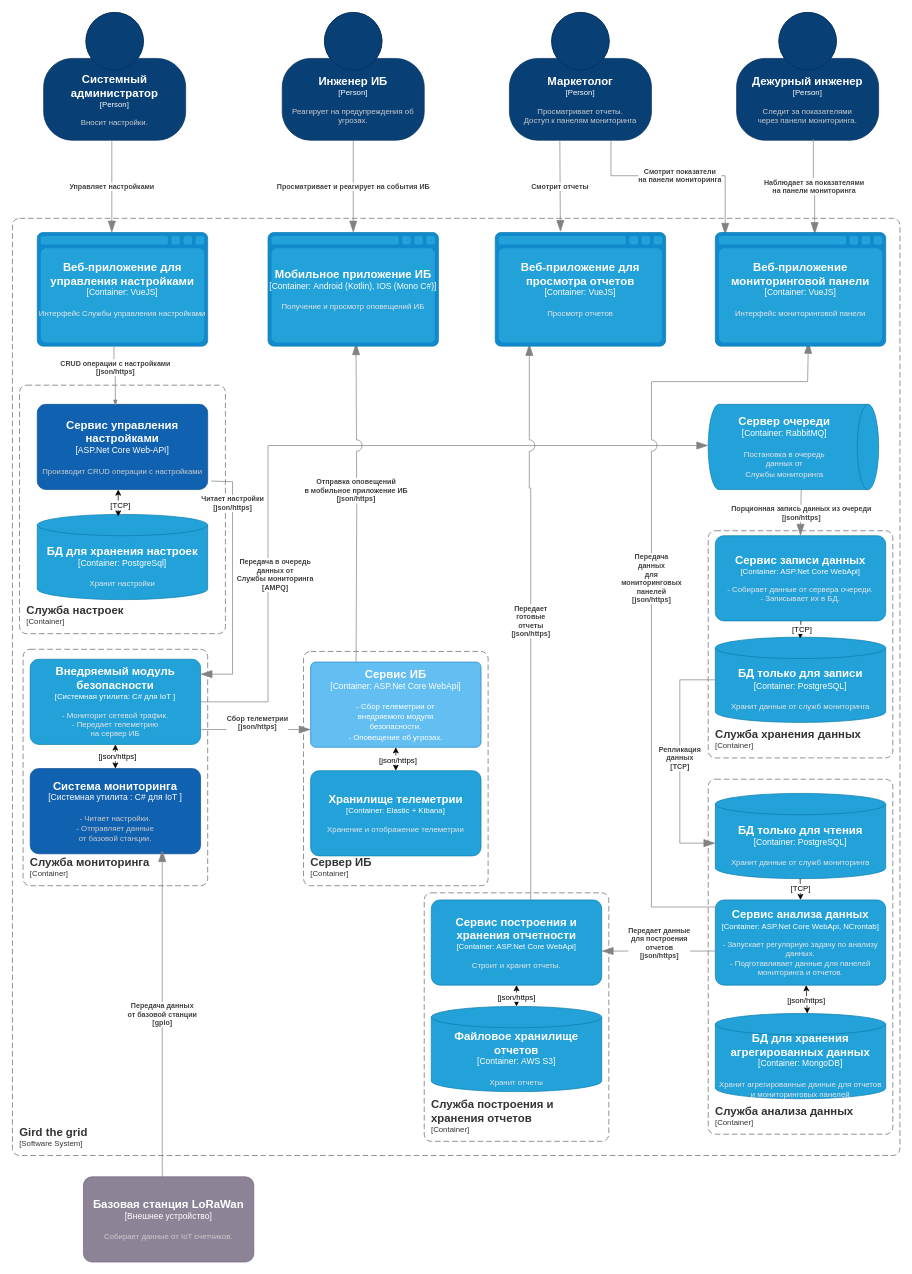
dimidych/Gird_the_grid keeps this draw.io diagram as Graduate/img/context_diagram.drawio. Above is the earlier version. Source tidied: cells renumbered, new cells numbered last; positions are measured from the earlier drawing's top-left corner, leaving out a move shared by most shapes. Both pictures are drawn from the tidied source at 71%, with x=0, y=0 at pixel (12, 12).
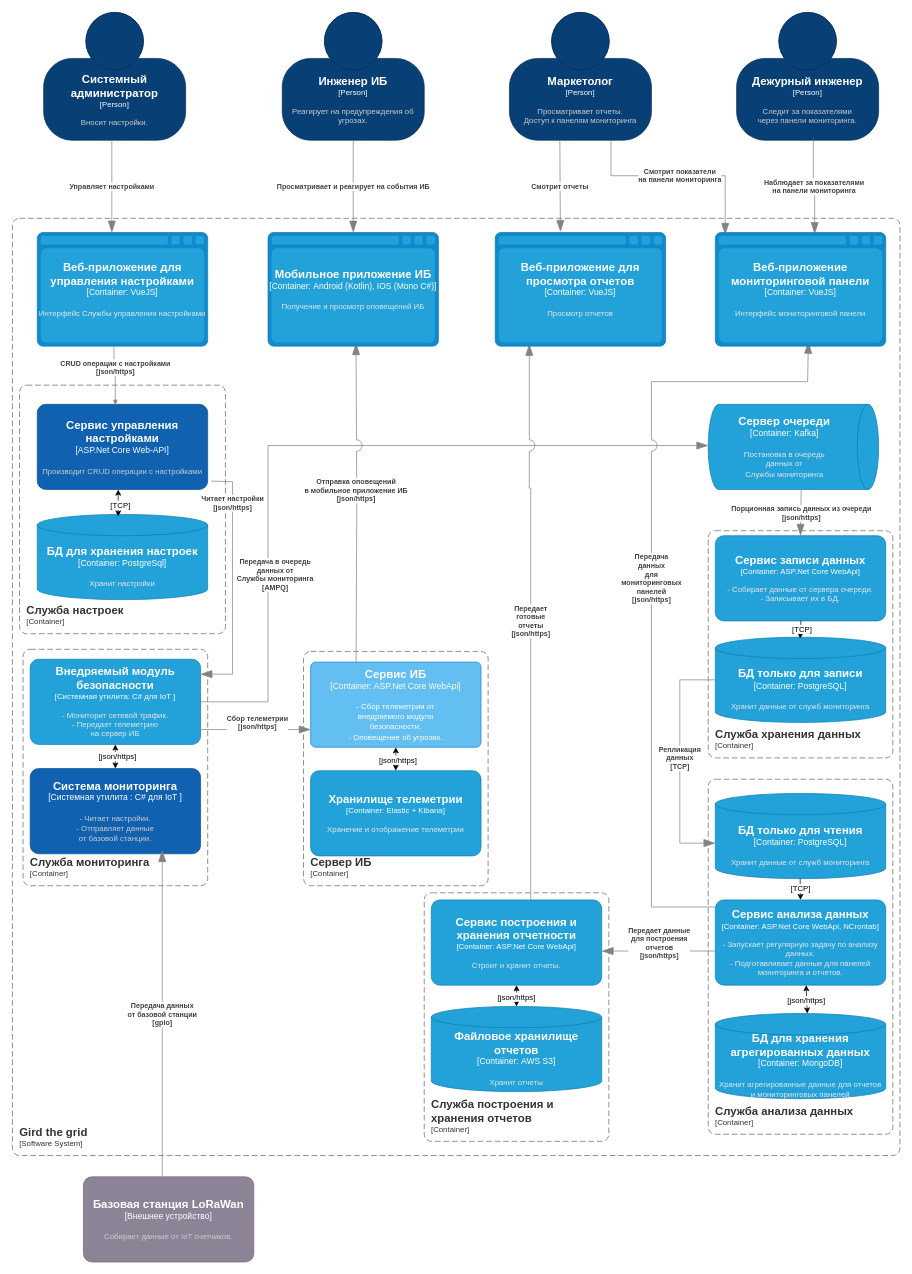
Above is the later version.

The edit, as a diff of the source:
```diff
@@
-    <object id="28" label="&lt;font style=&quot;font-size: 16px&quot;&gt;&lt;b&gt;%c4Name%&lt;/b&gt;&lt;/font&gt;&lt;div&gt;[%c4Type%:&amp;nbsp;%c4Technology%]&lt;/div&gt;&lt;br&gt;&lt;div&gt;&lt;font style=&quot;font-size: 11px&quot;&gt;&lt;font color=&quot;#E6E6E6&quot;&gt;%c4Description%&lt;/font&gt;&lt;/div&gt;" c4Description="Постановка в очередь&#10; данных от&#10;Службы мониторинга" c4Name="Сервер очереди" c4Technology="RabbitMQ" c4Type="Container" placeholders="1">
+    <object id="28" label="&lt;font style=&quot;font-size: 16px&quot;&gt;&lt;b&gt;%c4Name%&lt;/b&gt;&lt;/font&gt;&lt;div&gt;[%c4Type%:&amp;nbsp;%c4Technology%]&lt;/div&gt;&lt;br&gt;&lt;div&gt;&lt;font style=&quot;font-size: 11px&quot;&gt;&lt;font color=&quot;#E6E6E6&quot;&gt;%c4Description%&lt;/font&gt;&lt;/div&gt;" c4Description="Постановка в очередь&#10; данных от&#10;Службы мониторинга" c4Name="Сервер очереди" c4Technology="Kafka" c4Type="Container" placeholders="1">
       <mxCell style="shape=cylinder3;size=15;direction=south;whiteSpace=wrap;html=1;boundedLbl=1;rounded=0;labelBackgroundColor=none;fillColor=#23A2D9;fontSize=12;fontColor=#ffffff;align=center;strokeColor=#0E7DAD;points=[[0.5,0,0],[1,0.25,0],[1,0.5,0],[1,0.75,0],[0.5,1,0],[0,0.75,0],[0,0.5,0],[0,0.25,0]];" parent="1" vertex="1">
         <mxGeometry x="980" y="552" width="240" height="120" as="geometry" />
       </mxCell>
     </object>
```
